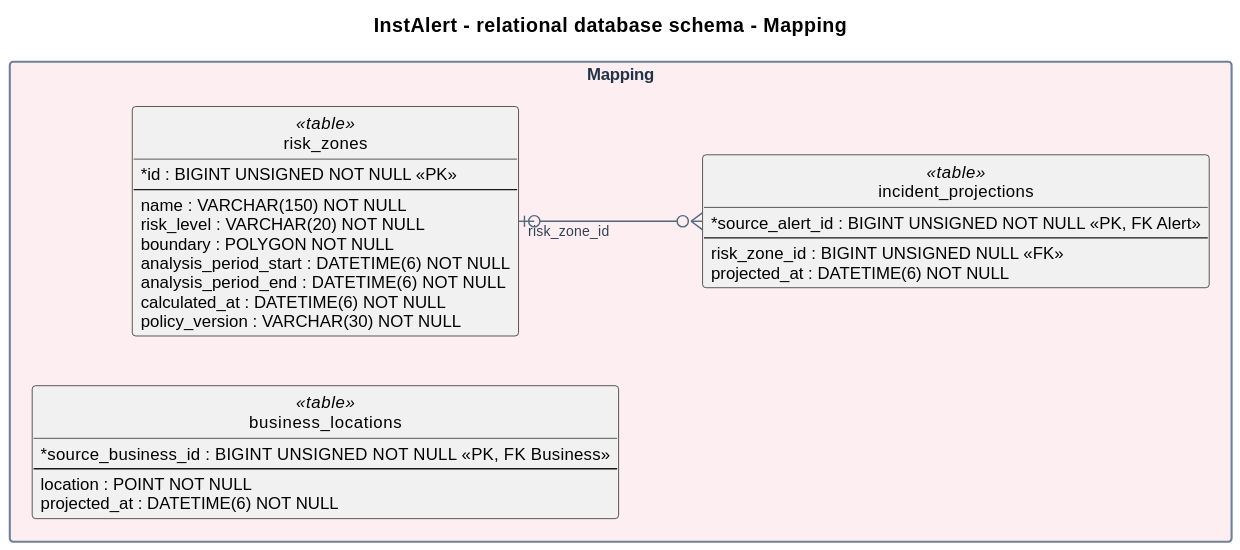
Before: assets/Chapter4/database-diagrams/mapping.svg, a diagram exported from PlantUML (LosIncreiblesCorp/losIncreibles-project-report).
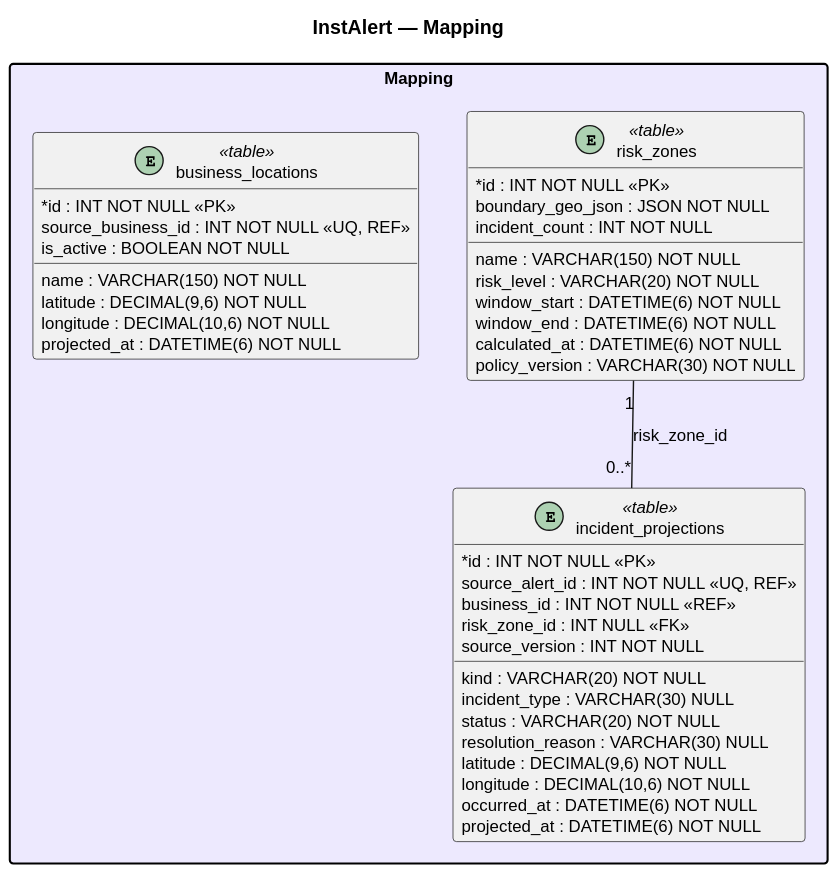
After the change.

Commit message:
docs(chapter4): add profiles and dashboard database diagrams

The edit, as a diff of the source:
```diff
@@ -1,47 +1,48 @@
 @startuml
-left to right direction
 skinparam shadowing false
+skinparam classAttributeIconSize 0
 skinparam packageStyle rectangle
-skinparam packageBorderColor #718096
-skinparam packageFontColor #243347
-skinparam entityBackgroundColor #FFFFFF
-skinparam entityBorderColor #64748B
-skinparam entityFontColor #111827
-skinparam entityAttributeFontColor #334155
-skinparam classAttributeIconSize 0
-skinparam defaultFontName Arial
+skinparam linetype polyline
+skinparam defaultFontName SansSerif
 skinparam defaultFontSize 12
-skinparam ArrowColor #52677C
-skinparam ArrowFontColor #334155
-skinparam ArrowFontSize 10
-skinparam linetype ortho
-hide methods
-hide circle
-title InstAlert - relational database schema - Mapping
-package "Mapping" as mappingContext #FCEEF1 {
-  entity "risk_zones" as riskZones <<table>> {
-    *id : BIGINT UNSIGNED NOT NULL <<PK>>
-    --
-    name : VARCHAR(150) NOT NULL
-    risk_level : VARCHAR(20) NOT NULL
-    boundary : POLYGON NOT NULL
-    analysis_period_start : DATETIME(6) NOT NULL
-    analysis_period_end : DATETIME(6) NOT NULL
-    calculated_at : DATETIME(6) NOT NULL
-    policy_version : VARCHAR(30) NOT NULL
-  }
-  entity "incident_projections" as incidentProjections <<table>> {
-    *source_alert_id : BIGINT UNSIGNED NOT NULL <<PK, FK Alert>>
-    --
-    risk_zone_id : BIGINT UNSIGNED NULL <<FK>>
-    projected_at : DATETIME(6) NOT NULL
-  }
-  entity "business_locations" as businessLocations <<table>> {
-    *source_business_id : BIGINT UNSIGNED NOT NULL <<PK, FK Business>>
-    --
-    location : POINT NOT NULL
-    projected_at : DATETIME(6) NOT NULL
-  }
+hide empty members
+title InstAlert — Mapping
+package "Mapping" #EDE9FE {
+entity "risk_zones" as risk_zones <<table>> {
+* id : INT NOT NULL <<PK>>
+  name : VARCHAR(150) NOT NULL
+  boundary_geo_json : JSON NOT NULL
+  risk_level : VARCHAR(20) NOT NULL
+  incident_count : INT NOT NULL
+  window_start : DATETIME(6) NOT NULL
+  window_end : DATETIME(6) NOT NULL
+  calculated_at : DATETIME(6) NOT NULL
+  policy_version : VARCHAR(30) NOT NULL
 }
-riskZones |o--o{ incidentProjections : risk_zone_id
+entity "incident_projections" as incident_projections <<table>> {
+* id : INT NOT NULL <<PK>>
+  source_alert_id : INT NOT NULL <<UQ, REF>>
+  business_id : INT NOT NULL <<REF>>
+  risk_zone_id : INT NULL <<FK>>
+  kind : VARCHAR(20) NOT NULL
+  incident_type : VARCHAR(30) NULL
+  status : VARCHAR(20) NOT NULL
+  resolution_reason : VARCHAR(30) NULL
+  latitude : DECIMAL(9,6) NOT NULL
+  longitude : DECIMAL(10,6) NOT NULL
+  occurred_at : DATETIME(6) NOT NULL
+  source_version : INT NOT NULL
+  projected_at : DATETIME(6) NOT NULL
+}
+entity "business_locations" as business_locations <<table>> {
+* id : INT NOT NULL <<PK>>
+  source_business_id : INT NOT NULL <<UQ, REF>>
+  name : VARCHAR(150) NOT NULL
+  latitude : DECIMAL(9,6) NOT NULL
+  longitude : DECIMAL(10,6) NOT NULL
+  is_active : BOOLEAN NOT NULL
+  projected_at : DATETIME(6) NOT NULL
+}
+}
+risk_zones "1" -- "0..*" incident_projections : risk_zone_id
 @enduml
```
